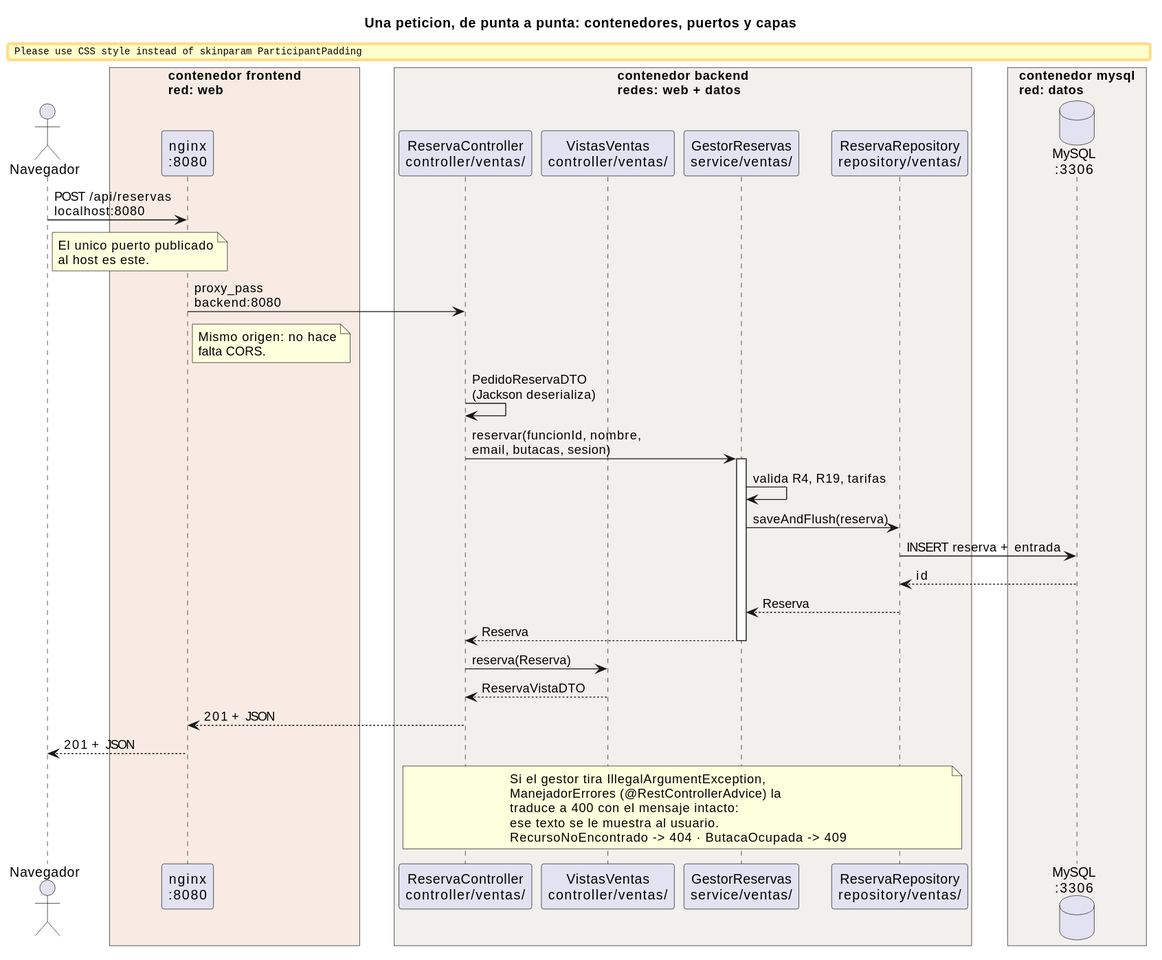
andreiveisuade/cine-uade keeps this PlantUML diagram as _other/docs/diagramas/peticion-capas.svg. Above is the earlier version.
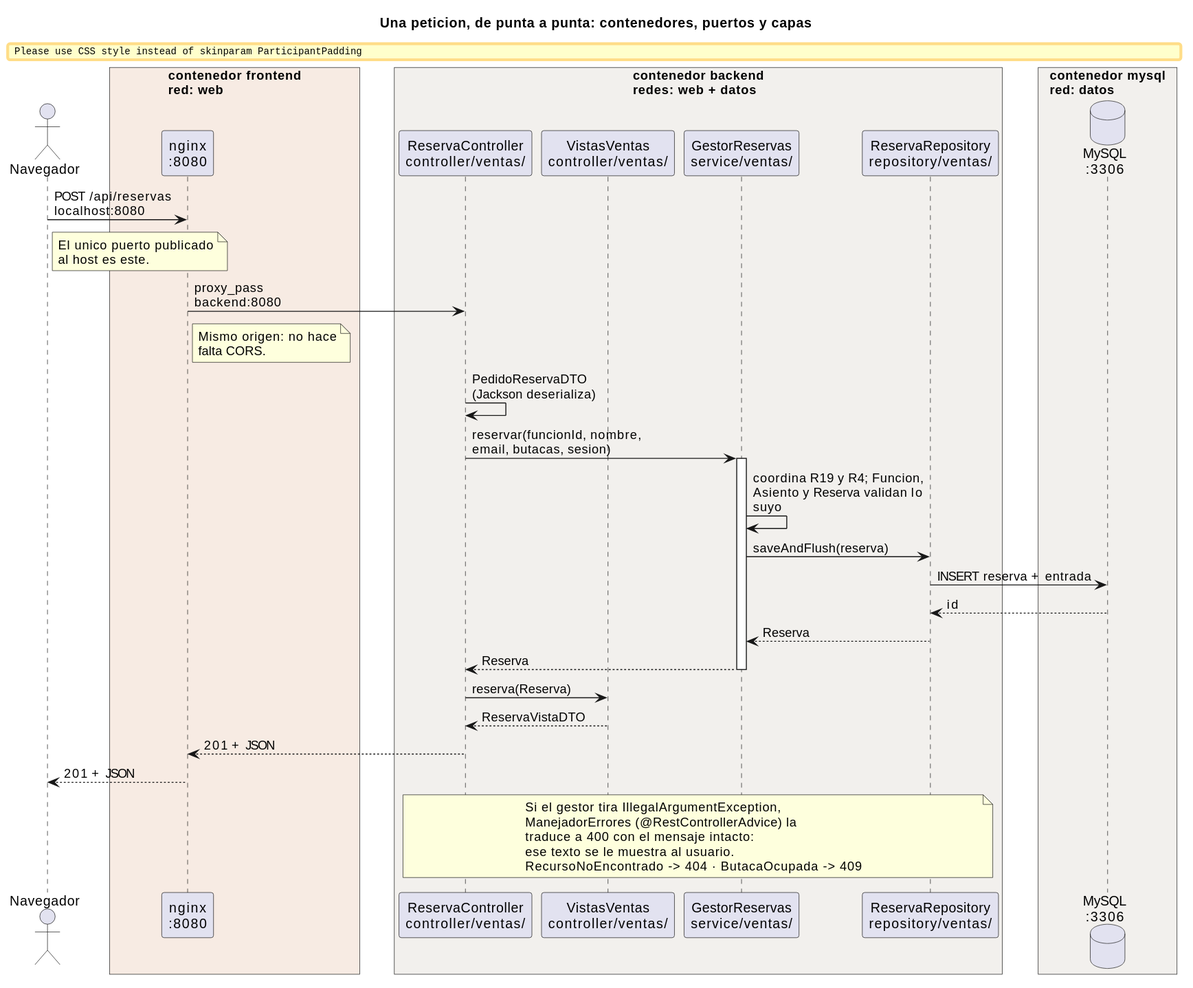
After the change.

Change to the diagram source:
```diff
@@ -39,7 +39,7 @@
 CTRL -> GEST : reservar(funcionId, nombre,\nemail, butacas, sesion)
 activate GEST
 
-GEST -> GEST : valida R4, R19, tarifas
+GEST -> GEST : coordina R19 y R4; Funcion,\nAsiento y Reserva validan lo suyo
 GEST -> REPO : saveAndFlush(reserva)
 REPO -> DB : INSERT reserva + entrada
 DB --> REPO : id
```
